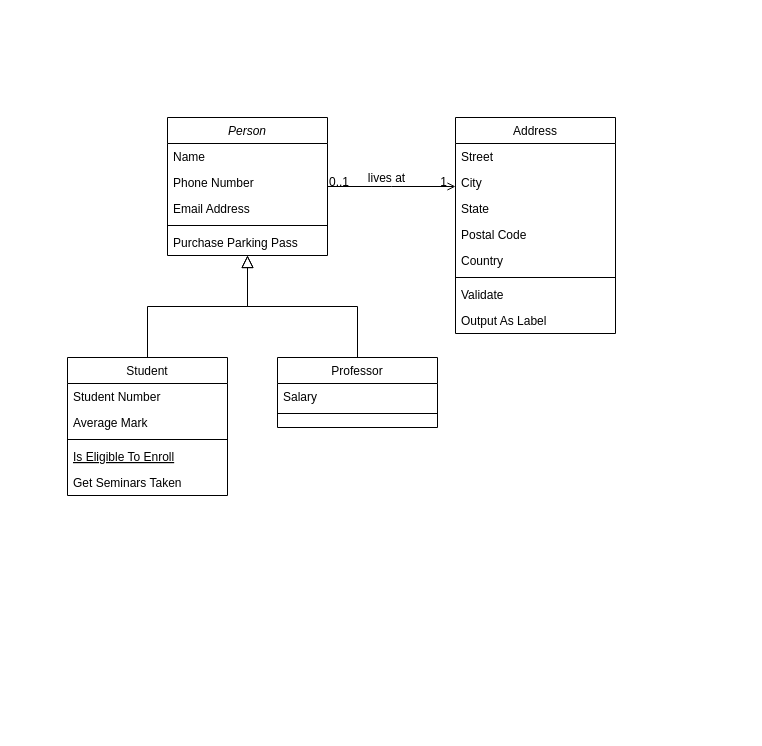
This is Untitled Diagram.drawio from herianp/skolni-projekt, a draw.io file, before an edit. Source tidied: cells renumbered, new cells numbered last; positions are measured from the earlier drawing's top-left corner, leaving out a move shared by most shapes. Both pictures are drawn from the tidied source at 100%, with x=0, y=0 at pixel (67, 117).
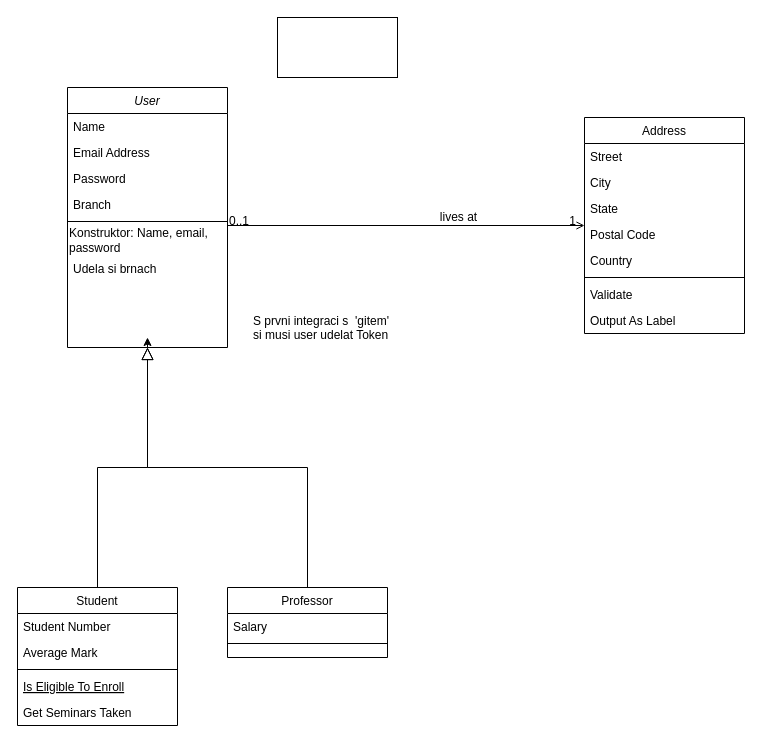
Above is the later version.

Change to the diagram source:
```diff
@@
+    <mxCell id="32" style="edgeStyle=orthogonalEdgeStyle;rounded=0;jettySize=auto;html=1;exitX=0.5;exitY=1;exitDx=0;exitDy=0;" parent="1" edge="1" source="2">
+      <mxGeometry relative="1" as="geometry">
+        <mxPoint x="80" y="220" as="targetPoint" />
+      </mxGeometry>
+    </mxCell>
-    <mxCell id="2" value="Person" style="swimlane;fontStyle=2;align=center;verticalAlign=top;horizontal=1;startSize=26;rounded=0;shadow=0;strokeWidth=1;" parent="1" vertex="1">
-      <mxGeometry x="100" width="160" height="138" as="geometry" />
+    <mxCell id="2" value="User" style="swimlane;fontStyle=2;align=center;verticalAlign=top;horizontal=1;startSize=26;rounded=0;shadow=0;strokeWidth=1;" parent="1" vertex="1">
+      <mxGeometry y="-30" width="160" height="260" as="geometry" />
     </mxCell>
@@
+    <mxCell id="5" value="Email Address" style="text;align=left;verticalAlign=top;spacingLeft=4;spacingRight=4;overflow=hidden;rounded=0;shadow=0;html=0;" parent="2" vertex="1">
+      <mxGeometry y="52" width="160" height="26" as="geometry" />
+    </mxCell>
+    <mxCell id="7" value="Password" style="text;align=left;verticalAlign=top;spacingLeft=4;spacingRight=4;overflow=hidden;" parent="2" vertex="1">
+      <mxGeometry y="78" width="160" height="26" as="geometry" />
+    </mxCell>
-    <mxCell id="4" value="Phone Number" style="text;align=left;verticalAlign=top;spacingLeft=4;spacingRight=4;overflow=hidden;rounded=0;shadow=0;html=0;" parent="2" vertex="1">
-      <mxGeometry y="52" width="160" height="26" as="geometry" />
+    <mxCell id="4" value="Branch" style="text;align=left;verticalAlign=top;spacingLeft=4;spacingRight=4;overflow=hidden;rounded=0;shadow=0;html=0;" parent="2" vertex="1">
+      <mxGeometry y="104" width="160" height="26" as="geometry" />
     </mxCell>
-    <mxCell id="5" value="Email Address" style="text;align=left;verticalAlign=top;spacingLeft=4;spacingRight=4;overflow=hidden;rounded=0;shadow=0;html=0;" parent="2" vertex="1">
-      <mxGeometry y="78" width="160" height="26" as="geometry" />
-    </mxCell>
     <mxCell id="6" style="line;html=1;strokeWidth=1;align=left;verticalAlign=middle;spacingTop=-1;spacingLeft=3;spacingRight=3;labelPosition=right;" parent="2" vertex="1">
-      <mxGeometry y="104" width="160" height="8" as="geometry" />
+      <mxGeometry y="130" width="160" height="8" as="geometry" />
     </mxCell>
-    <mxCell id="7" value="Purchase Parking Pass" style="text;align=left;verticalAlign=top;spacingLeft=4;spacingRight=4;overflow=hidden;" parent="2" vertex="1">
-      <mxGeometry y="112" width="160" height="26" as="geometry" />
-    </mxCell>
+    <mxCell id="33" value="Konstruktor: Name, email, &lt;br&gt;password" style="text;html=1;align=left;verticalAlign=middle;strokeColor=none;fillColor=none;" parent="2" vertex="1">
+      <mxGeometry y="138" width="160" height="30" as="geometry" />
+    </mxCell>
+    <mxCell id="34" value="Udela si brnach" style="text;align=left;verticalAlign=top;spacingLeft=4;spacingRight=4;overflow=hidden;rounded=0;shadow=0;html=0;" parent="2" vertex="1">
+      <mxGeometry y="168" width="160" height="26" as="geometry" />
+    </mxCell>
     <mxCell id="8" value="Student" style="swimlane;fontStyle=0;align=center;verticalAlign=top;horizontal=1;startSize=26;rounded=0;shadow=0;strokeWidth=1;" parent="1" vertex="1">
-      <mxGeometry y="240" width="160" height="138" as="geometry" />
+      <mxGeometry x="-50" y="470" width="160" height="138" as="geometry" />
     </mxCell>
@@
     <mxCell id="15" value="Professor" style="swimlane;fontStyle=0;align=center;verticalAlign=top;horizontal=1;startSize=26;rounded=0;shadow=0;strokeWidth=1;" parent="1" vertex="1">
-      <mxGeometry x="210" y="240" width="160" height="70" as="geometry" />
+      <mxGeometry x="160" y="470" width="160" height="70" as="geometry" />
     </mxCell>
@@
     <mxCell id="19" value="Address" style="swimlane;fontStyle=0;align=center;verticalAlign=top;horizontal=1;startSize=26;rounded=0;shadow=0;strokeWidth=1;" parent="1" vertex="1">
-      <mxGeometry x="388" width="160" height="216" as="geometry" />
+      <mxGeometry x="517" width="160" height="216" as="geometry" />
     </mxCell>
@@
+    <mxCell id="35" value="S prvni integraci s  'gitem'&#10;si musi user udelat Token" style="text;align=left;verticalAlign=top;spacingLeft=4;spacingRight=4;overflow=hidden;rounded=0;shadow=0;html=0;" parent="1" vertex="1">
+      <mxGeometry x="180" y="190" width="160" height="46" as="geometry" />
+    </mxCell>
+    <mxCell id="36" style="rounded=0;whiteSpace=wrap;html=1;" parent="1" vertex="1">
+      <mxGeometry x="210" y="-100" width="120" height="60" as="geometry" />
+    </mxCell>
```
